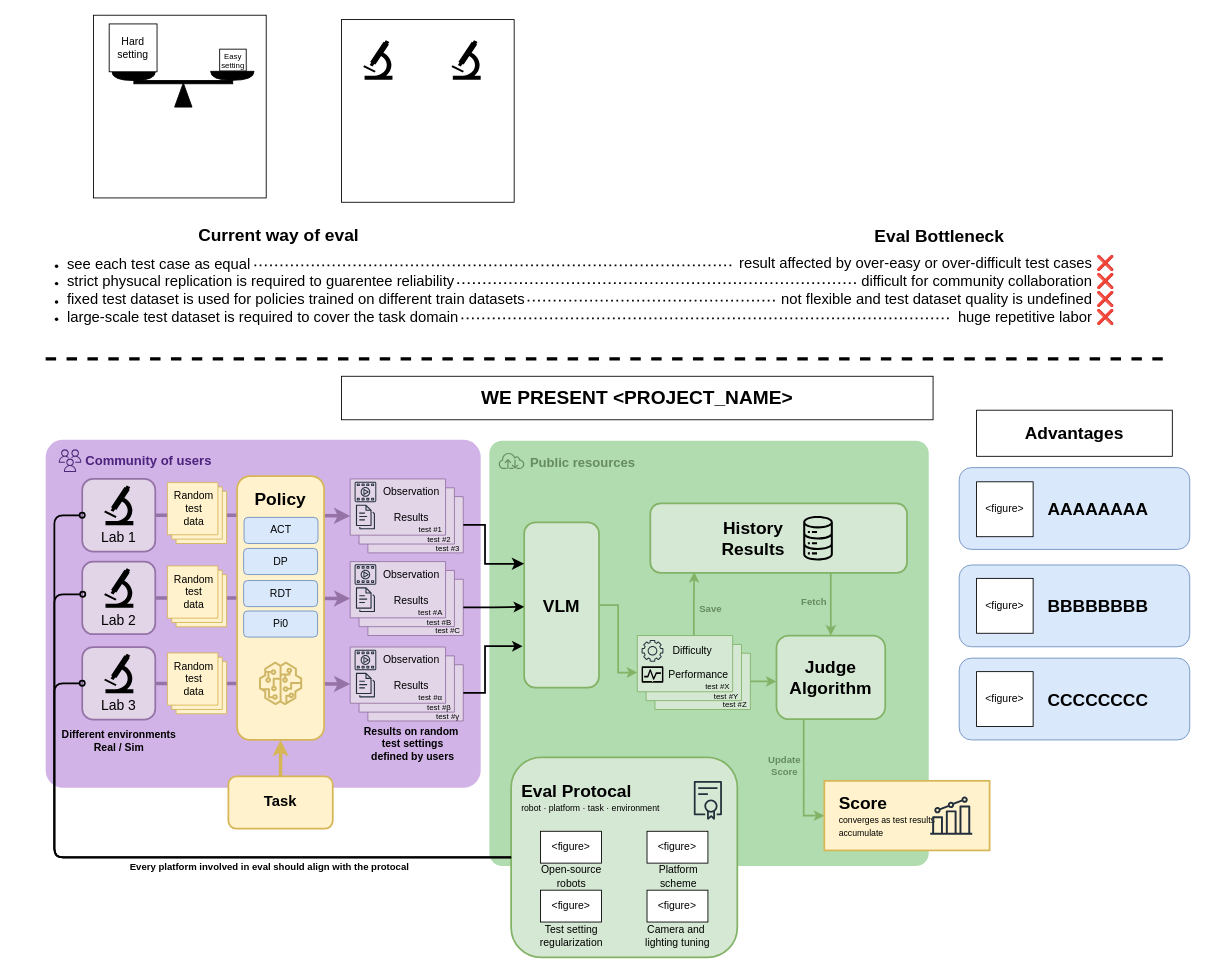
Before: teaser.drawio in cxh-cxh/Embodied-VLM-Judge-figures, a draw.io diagram. Source tidied: cells renumbered, new cells numbered last; positions are measured from the earlier drawing's top-left corner, leaving out a move shared by most shapes. Both pictures are drawn from the tidied source at 87%, with x=0, y=0 at pixel (15, 15).
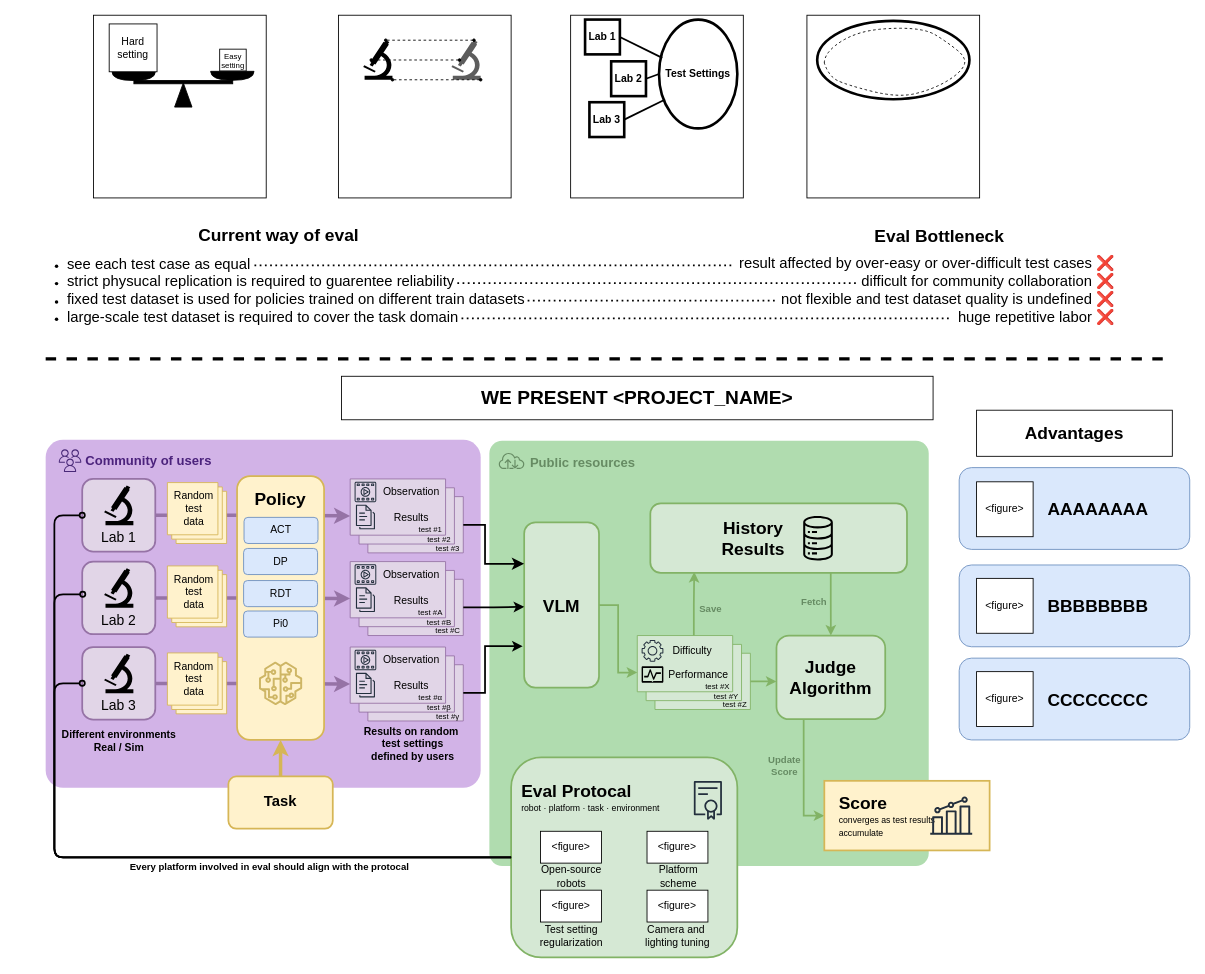
After the change.

Unchanged cells that the change refers to:
```xml
<mxCell id="143" style="shape=mxgraph.signs.science.microscope;html=1;fillColor=#000000;strokeColor=none;verticalLabelPosition=bottom;verticalAlign=top;align=center;sketch=0;" parent="1" vertex="1">
  <mxGeometry x="400" y="28.7" width="33.6" height="45.5" as="geometry" />
</mxCell>
```

Change to the diagram source:
```diff
@@
     <mxCell id="142" style="rounded=0;whiteSpace=wrap;html=1;" parent="1" vertex="1">
-      <mxGeometry x="375" y="5" width="198.5" height="210" as="geometry" />
+      <mxGeometry x="371.5" width="198.5" height="210" as="geometry" />
     </mxCell>
@@
-    <mxCell id="144" style="shape=mxgraph.signs.science.microscope;html=1;fillColor=#000000;strokeColor=none;verticalLabelPosition=bottom;verticalAlign=top;align=center;sketch=0;" parent="1" vertex="1">
+    <mxCell id="144" style="shape=mxgraph.signs.science.microscope;html=1;fillColor=#5D5D5D;strokeColor=none;verticalLabelPosition=bottom;verticalAlign=top;align=center;sketch=0;" parent="1" vertex="1">
       <mxGeometry x="501.4" y="28.7" width="33.6" height="45.5" as="geometry" />
     </mxCell>
+    <mxCell id="145" style="endArrow=oval;dashed=1;html=1;rounded=0;exitX=0.77;exitY=0;exitDx=0;exitDy=0;exitPerimeter=0;entryX=0.77;entryY=0;entryDx=0;entryDy=0;entryPerimeter=0;startArrow=oval;startFill=1;endFill=1;endSize=3;startSize=3;" parent="1" edge="1" source="143" target="144">
+      <mxGeometry relative="1" as="geometry" />
+    </mxCell>
+    <mxCell id="146" style="endArrow=oval;dashed=1;html=1;rounded=0;exitX=1;exitY=1;exitDx=0;exitDy=0;exitPerimeter=0;entryX=1;entryY=1;entryDx=0;entryDy=0;entryPerimeter=0;startArrow=oval;startFill=1;endFill=1;endSize=3;startSize=3;" parent="1" edge="1" source="143" target="144">
+      <mxGeometry relative="1" as="geometry" />
+    </mxCell>
+    <mxCell id="147" style="endArrow=oval;dashed=1;html=1;rounded=0;exitX=0.275;exitY=0.5;exitDx=0;exitDy=0;exitPerimeter=0;entryX=0.275;entryY=0.5;entryDx=0;entryDy=0;entryPerimeter=0;startArrow=oval;startFill=1;endFill=1;endSize=3;startSize=3;" parent="1" edge="1" source="143" target="144">
+      <mxGeometry relative="1" as="geometry" />
+    </mxCell>
+    <mxCell id="148" style="rounded=0;whiteSpace=wrap;html=1;" parent="1" vertex="1">
+      <mxGeometry x="638.4" width="198.5" height="210" as="geometry" />
+    </mxCell>
+    <mxCell id="149" value="&lt;b&gt;Test Settings&lt;/b&gt;" style="ellipse;whiteSpace=wrap;html=1;strokeWidth=3;" parent="1" vertex="1">
+      <mxGeometry x="740" y="5" width="90" height="125" as="geometry" />
+    </mxCell>
+    <mxCell id="150" value="&lt;b&gt;Lab 1&lt;/b&gt;" style="whiteSpace=wrap;html=1;strokeWidth=3;" parent="1" vertex="1">
+      <mxGeometry x="655" y="5" width="40" height="40" as="geometry" />
+    </mxCell>
+    <mxCell id="151" value="&lt;b&gt;Lab 3&lt;/b&gt;" style="whiteSpace=wrap;html=1;strokeWidth=3;" parent="1" vertex="1">
+      <mxGeometry x="660" y="100" width="40" height="40" as="geometry" />
+    </mxCell>
+    <mxCell id="152" value="&lt;b&gt;Lab 2&lt;/b&gt;" style="whiteSpace=wrap;html=1;strokeWidth=3;" parent="1" vertex="1">
+      <mxGeometry x="685" y="53" width="40" height="40" as="geometry" />
+    </mxCell>
+    <mxCell id="153" style="endArrow=none;html=1;rounded=0;exitX=1;exitY=0.5;exitDx=0;exitDy=0;entryX=0.041;entryY=0.352;entryDx=0;entryDy=0;entryPerimeter=0;strokeWidth=2;" parent="1" edge="1" source="150" target="149">
+      <mxGeometry relative="1" as="geometry" />
+    </mxCell>
+    <mxCell id="154" style="endArrow=none;html=1;rounded=0;exitX=1;exitY=0.5;exitDx=0;exitDy=0;entryX=0;entryY=0.5;entryDx=0;entryDy=0;strokeWidth=2;" parent="1" edge="1" source="152" target="149">
+      <mxGeometry relative="1" as="geometry" />
+    </mxCell>
+    <mxCell id="155" style="endArrow=none;html=1;rounded=0;exitX=1;exitY=0.5;exitDx=0;exitDy=0;entryX=0.078;entryY=0.735;entryDx=0;entryDy=0;entryPerimeter=0;strokeWidth=2;" parent="1" edge="1" source="151" target="149">
+      <mxGeometry relative="1" as="geometry" />
+    </mxCell>
+    <mxCell id="156" style="rounded=0;whiteSpace=wrap;html=1;" parent="1" vertex="1">
+      <mxGeometry x="910" width="198.5" height="210" as="geometry" />
+    </mxCell>
+    <mxCell id="157" style="ellipse;whiteSpace=wrap;html=1;strokeWidth=3;" parent="1" vertex="1">
+      <mxGeometry x="921.8" y="6.5" width="175" height="90" as="geometry" />
+    </mxCell>
+    <mxCell id="158" style="endArrow=none;dashed=1;html=1;rounded=0;curved=1;" parent="1" edge="1">
+      <mxGeometry relative="1" as="geometry">
+        <mxPoint x="930" y="55" as="sourcePoint" />
+        <mxPoint x="930" y="55" as="targetPoint" />
+        <Array as="points">
+          <mxPoint x="930" y="45" />
+          <mxPoint x="955" y="25" />
+          <mxPoint x="990" y="15" />
+          <mxPoint x="1045" y="15" />
+          <mxPoint x="1070" y="30" />
+          <mxPoint x="1095" y="50" />
+          <mxPoint x="1085" y="67.5" />
+          <mxPoint x="1055" y="85" />
+          <mxPoint x="1015" y="95" />
+          <mxPoint x="955" y="80" />
+          <mxPoint x="935" y="70" />
+        </Array>
+      </mxGeometry>
+    </mxCell>
```
